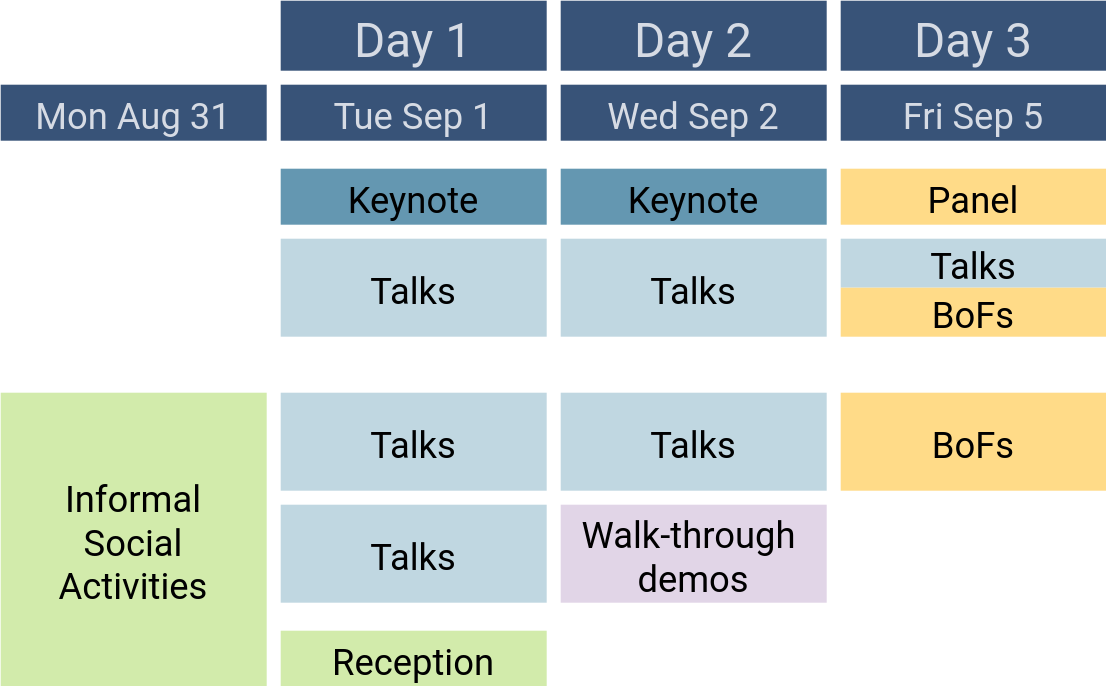
Earlier version of the draw.io export images/summit/program-at-a-glance-2026.drawio.svg (seL4/website). Source tidied: cells renumbered, new cells last; positions are measured from the earlier drawing's top-left corner, leaving out a move shared by most shapes.
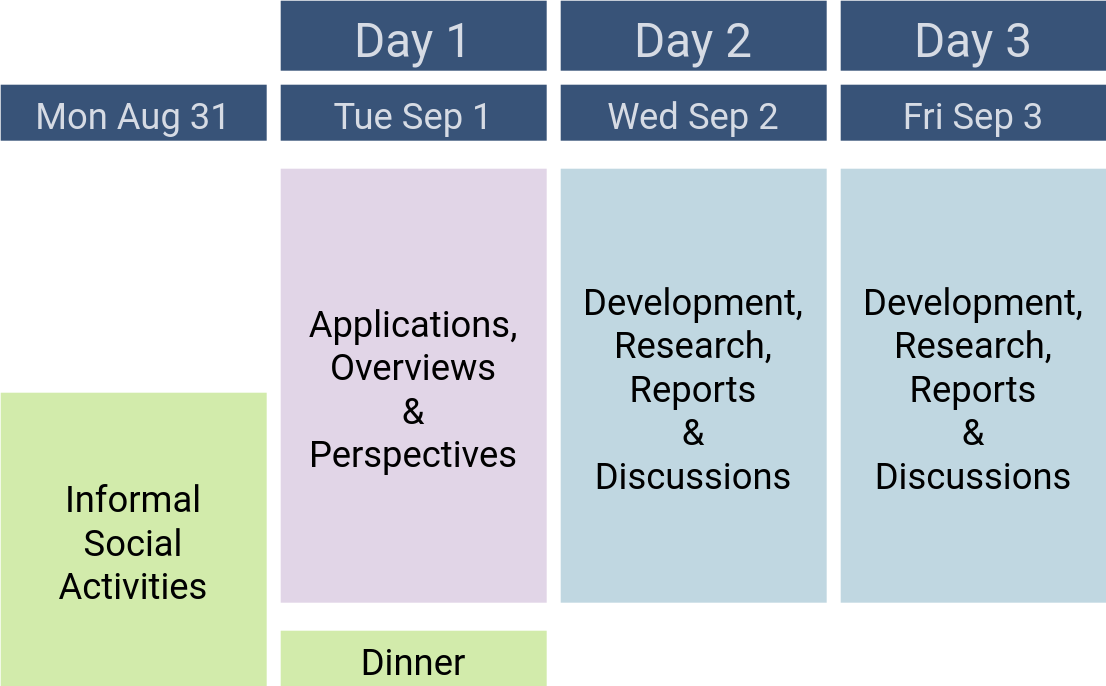
After the change.

What changed in the source:
```diff
@@ -2,42 +2,15 @@
   <root>
     <mxCell id="0" />
     <mxCell id="1" parent="0" />
-    <mxCell id="2" value="Keynote" style="rounded=0;fillColor=light-dark(#6497B1,#447995);fontFamily=roboto;fontStyle=0;fontSize=26;strokeColor=none;" parent="1" vertex="1">
-      <mxGeometry x="200" y="120" width="190" height="40" as="geometry" />
+    <mxCell id="2" value="Applications,&#10;Overviews&#10;&amp;&#10;Perspectives" style="rounded=0;fillColor=#e1d5e7;fontFamily=roboto;fontStyle=0;fontSize=26;strokeColor=none;" parent="1" vertex="1">
+      <mxGeometry x="200" y="120" width="190" height="310" as="geometry" />
     </mxCell>
-    <mxCell id="3" value="Talks" style="rounded=0;fillColor=light-dark(#C0D7E1,#94BBCC);fontFamily=roboto;fontStyle=0;fontSize=26;strokeColor=none;" parent="1" vertex="1">
-      <mxGeometry x="200" y="170" width="190" height="70" as="geometry" />
-    </mxCell>
-    <mxCell id="4" value="Panel" style="rounded=0;fillColor=light-dark(#FFDB88,#FFCA5F);fontFamily=roboto;fontStyle=0;fontSize=26;strokeColor=none;" parent="1" vertex="1">
-      <mxGeometry x="600" y="120" width="190" height="40" as="geometry" />
-    </mxCell>
-    <mxCell id="5" value="Talks" style="rounded=0;fillColor=light-dark(#C0D7E1,#94BBCC);fontFamily=roboto;fontStyle=0;fontSize=26;strokeColor=none;" parent="1" vertex="1">
-      <mxGeometry x="200" y="280" width="190" height="70" as="geometry" />
-    </mxCell>
-    <mxCell id="6" value="Talks" style="rounded=0;fillColor=light-dark(#C0D7E1,#94BBCC);fontFamily=roboto;fontStyle=0;fontSize=26;strokeColor=none;" parent="1" vertex="1">
-      <mxGeometry x="200" y="360" width="190" height="70" as="geometry" />
-    </mxCell>
-    <mxCell id="7" value="Reception" style="rounded=0;fillColor=light-dark(#D2EBAB,#96CA50);fontFamily=roboto;fontStyle=0;fontSize=26;strokeColor=none;" parent="1" vertex="1">
+    <mxCell id="7" value="Dinner" style="rounded=0;fillColor=light-dark(#D2EBAB,#96CA50);fontFamily=roboto;fontStyle=0;fontSize=26;strokeColor=none;" parent="1" vertex="1">
       <mxGeometry x="200" y="450" width="190" height="40" as="geometry" />
     </mxCell>
-    <mxCell id="8" value="Talks" style="rounded=0;fillColor=light-dark(#C0D7E1,#94BBCC);fontFamily=roboto;fontStyle=0;fontSize=26;strokeColor=none;" parent="1" vertex="1">
-      <mxGeometry x="400" y="280" width="190" height="70" as="geometry" />
-    </mxCell>
-    <mxCell id="9" value="Walk-through &#10;demos" style="rounded=0;fillColor=#e1d5e7;fontFamily=roboto;fontStyle=0;fontSize=26;strokeColor=none;" parent="1" vertex="1">
-      <mxGeometry x="400" y="360" width="190" height="70" as="geometry" />
-    </mxCell>
-    <mxCell id="10" value="Talks" style="rounded=0;fillColor=light-dark(#C0D7E1,#94BBCC);fontFamily=roboto;fontStyle=0;fontSize=26;strokeColor=none;" parent="1" vertex="1">
-      <mxGeometry x="400" y="170" width="190" height="70" as="geometry" />
+    <mxCell id="10" value="Development,&#10;Research,&#10;Reports&#10;&amp;&#10;Discussions" style="rounded=0;fillColor=light-dark(#C0D7E1,#94BBCC);fontFamily=roboto;fontStyle=0;fontSize=26;strokeColor=none;" parent="1" vertex="1">
+      <mxGeometry x="400" y="120" width="190" height="310" as="geometry" />
     </mxCell>
-    <mxCell id="11" value="Talks" style="rounded=0;fillColor=light-dark(#C0D7E1,#94BBCC);fontFamily=roboto;fontStyle=0;fontSize=26;strokeColor=none;imageAspect=1;" parent="1" vertex="1">
-      <mxGeometry x="600" y="170" width="190" height="35" as="geometry" />
-    </mxCell>
-    <mxCell id="12" value="BoFs" style="rounded=0;fillColor=light-dark(#FFDB88,#FFCA5F);fontFamily=roboto;fontStyle=0;fontSize=26;strokeColor=none;" parent="1" vertex="1">
-      <mxGeometry x="600" y="280" width="190" height="70" as="geometry" />
-    </mxCell>
-    <mxCell id="13" value="BoFs" style="rounded=0;fillColor=light-dark(#FFDB88,#FFCA5F);fontFamily=roboto;fontStyle=0;fontSize=26;strokeColor=none;" parent="1" vertex="1">
-      <mxGeometry x="600" y="205" width="190" height="35" as="geometry" />
-    </mxCell>
     <mxCell id="14" value="Tue Sep 1" style="rounded=0;fillColor=light-dark(#385378,#385378);fontFamily=roboto;fontStyle=0;fontSize=26;fontColor=light-dark(#d6dbe4, #ededed);strokeColor=none;" parent="1" vertex="1">
       <mxGeometry x="200" y="60" width="190" height="40" as="geometry" />
     </mxCell>
@@ -47,15 +20,12 @@
     <mxCell id="16" value="Wed Sep 2" style="rounded=0;fillColor=light-dark(#385378,#385378);fontFamily=roboto;fontStyle=0;fontSize=26;fontColor=light-dark(#d6dbe4, #ededed);strokeColor=none;" parent="1" vertex="1">
       <mxGeometry x="400" y="60" width="190" height="40" as="geometry" />
     </mxCell>
-    <mxCell id="17" value="Fri Sep 5" style="rounded=0;fillColor=light-dark(#385378,#385378);fontFamily=roboto;fontStyle=0;fontSize=26;fontColor=light-dark(#d6dbe4, #ededed);strokeColor=none;" parent="1" vertex="1">
+    <mxCell id="17" value="Fri Sep 3" style="rounded=0;fillColor=light-dark(#385378,#385378);fontFamily=roboto;fontStyle=0;fontSize=26;fontColor=light-dark(#d6dbe4, #ededed);strokeColor=none;" parent="1" vertex="1">
       <mxGeometry x="600" y="60" width="190" height="40" as="geometry" />
     </mxCell>
     <mxCell id="18" value="Informal&#10;Social&#10;Activities" style="rounded=0;fillColor=light-dark(#D2EBAB,#96CA50);fontFamily=roboto;fontStyle=0;fontSize=26;strokeColor=none;" parent="1" vertex="1">
       <mxGeometry y="280" width="190" height="210" as="geometry" />
     </mxCell>
-    <mxCell id="19" value="Keynote" style="rounded=0;fillColor=light-dark(#6497B1,#447995);fontFamily=roboto;fontStyle=0;fontSize=26;strokeColor=none;" parent="1" vertex="1">
-      <mxGeometry x="400" y="120" width="190" height="40" as="geometry" />
-    </mxCell>
     <mxCell id="20" value="Day 1" style="rounded=0;fillColor=light-dark(#385378,#385378);fontFamily=roboto;fontStyle=0;fontSize=34;fontColor=light-dark(#d6dbe4, #ededed);strokeColor=none;" parent="1" vertex="1">
       <mxGeometry x="200" width="190" height="50" as="geometry" />
     </mxCell>
@@ -65,5 +35,8 @@
     <mxCell id="22" value="Day 3" style="rounded=0;fillColor=light-dark(#385378,#385378);fontFamily=roboto;fontStyle=0;fontSize=34;fontColor=light-dark(#d6dbe4, #ededed);strokeColor=none;" parent="1" vertex="1">
       <mxGeometry x="600" width="190" height="50" as="geometry" />
     </mxCell>
+    <mxCell id="23" value="Development,&#10;Research,&#10;Reports&#10;&amp;&#10;Discussions" style="rounded=0;fillColor=light-dark(#C0D7E1,#94BBCC);fontFamily=roboto;fontStyle=0;fontSize=26;strokeColor=none;" parent="1" vertex="1">
+      <mxGeometry x="600" y="120" width="190" height="310" as="geometry" />
+    </mxCell>
   </root>
 </mxGraphModel>
```
